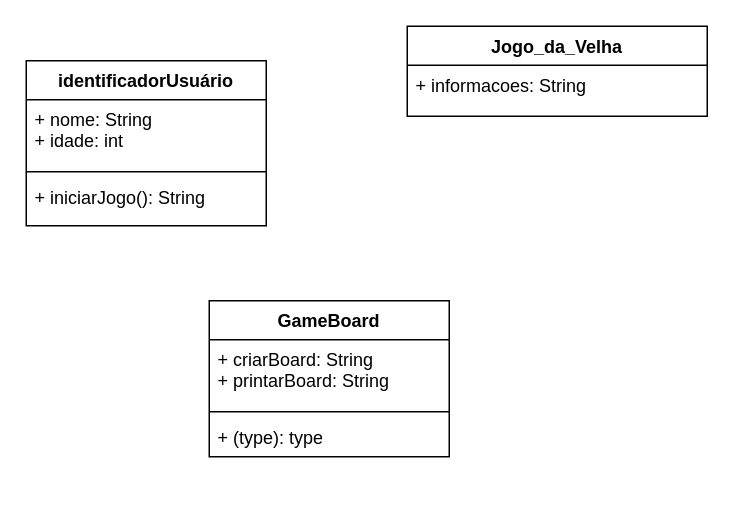
This is mini_projeto_3/Projeto_3/Diagrama sem nome.drawio from antonioscarvalho/Projetos-Orientados-a-Objetos, a draw.io file, before an edit. Source tidied: cells renumbered, new cells numbered last; positions are measured from the earlier drawing's top-left corner, leaving out a move shared by most shapes. Both pictures are drawn from the tidied source at 150%, with x=0, y=0 at pixel (26, 26).
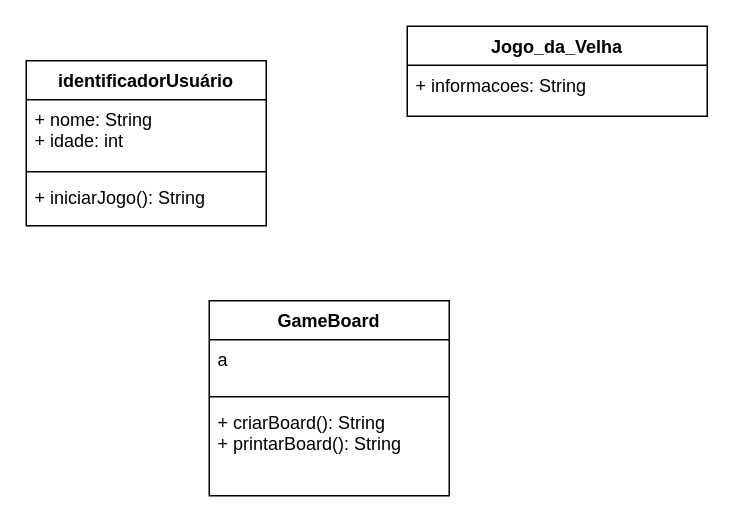
The same diagram, later.

The edit, as a diff of the source:
```diff
@@
 <mxGraphModel>
   <root>
     <mxCell id="0" />
     <mxCell id="1" parent="0" />
     <mxCell id="2" value="Jogo_da_Velha" style="swimlane;fontStyle=1;align=center;verticalAlign=top;horizontal=1;startSize=26;whiteSpace=wrap;html=1;" parent="1" vertex="1">
       <mxGeometry x="254" width="200" height="60" as="geometry" />
     </mxCell>
     <mxCell id="3" value="+ informacoes: String" style="text;strokeColor=none;fillColor=none;align=left;verticalAlign=top;spacingLeft=4;spacingRight=4;overflow=hidden;whiteSpace=wrap;html=1;" parent="2" vertex="1">
       <mxGeometry y="26" width="200" height="34" as="geometry" />
     </mxCell>
     <mxCell id="4" value="identificadorUsuário" style="swimlane;fontStyle=1;align=center;verticalAlign=top;horizontal=1;startSize=26;whiteSpace=wrap;html=1;" parent="1" vertex="1">
       <mxGeometry y="23" width="160" height="110" as="geometry" />
     </mxCell>
     <mxCell id="5" value="+ nome: String&lt;br&gt;+ idade: int" style="text;strokeColor=none;fillColor=none;align=left;verticalAlign=top;spacingLeft=4;spacingRight=4;overflow=hidden;whiteSpace=wrap;html=1;" parent="4" vertex="1">
       <mxGeometry y="26" width="160" height="44" as="geometry" />
     </mxCell>
     <mxCell id="6" style="line;strokeWidth=1;fillColor=none;align=left;verticalAlign=middle;spacingTop=-1;spacingLeft=3;spacingRight=3;labelPosition=right;strokeColor=inherit;" parent="4" vertex="1">
       <mxGeometry y="70" width="160" height="8" as="geometry" />
     </mxCell>
     <mxCell id="7" value="+ iniciarJogo(): String" style="text;strokeColor=none;fillColor=none;align=left;verticalAlign=top;spacingLeft=4;spacingRight=4;overflow=hidden;whiteSpace=wrap;html=1;" parent="4" vertex="1">
       <mxGeometry y="78" width="160" height="32" as="geometry" />
     </mxCell>
     <mxCell id="8" value="GameBoard" style="swimlane;fontStyle=1;align=center;verticalAlign=top;horizontal=1;startSize=26;whiteSpace=wrap;html=1;" parent="1" vertex="1">
-      <mxGeometry x="122" y="183" width="160" height="104" as="geometry" />
+      <mxGeometry x="122" y="183" width="160" height="130" as="geometry" />
     </mxCell>
-    <mxCell id="9" value="+ criarBoard: String&lt;br&gt;+ printarBoard: String" style="text;strokeColor=none;fillColor=none;align=left;verticalAlign=top;spacingLeft=4;spacingRight=4;overflow=hidden;whiteSpace=wrap;html=1;" parent="8" vertex="1">
-      <mxGeometry y="26" width="160" height="44" as="geometry" />
+    <mxCell id="9" value="a" style="text;strokeColor=none;fillColor=none;align=left;verticalAlign=top;spacingLeft=4;spacingRight=4;overflow=hidden;whiteSpace=wrap;html=1;" parent="8" vertex="1">
+      <mxGeometry y="26" width="160" height="34" as="geometry" />
     </mxCell>
     <mxCell id="10" style="line;strokeWidth=1;fillColor=none;align=left;verticalAlign=middle;spacingTop=-1;spacingLeft=3;spacingRight=3;labelPosition=right;strokeColor=inherit;" parent="8" vertex="1">
-      <mxGeometry y="70" width="160" height="8" as="geometry" />
+      <mxGeometry y="60" width="160" height="8" as="geometry" />
     </mxCell>
-    <mxCell id="11" value="+ (type): type" style="text;strokeColor=none;fillColor=none;align=left;verticalAlign=top;spacingLeft=4;spacingRight=4;overflow=hidden;whiteSpace=wrap;html=1;" parent="8" vertex="1">
-      <mxGeometry y="78" width="160" height="26" as="geometry" />
+    <mxCell id="11" value="+ criarBoard(): String&lt;br style=&quot;border-color: var(--border-color);&quot;&gt;+ printarBoard(): String" style="text;strokeColor=none;fillColor=none;align=left;verticalAlign=top;spacingLeft=4;spacingRight=4;overflow=hidden;whiteSpace=wrap;html=1;" parent="8" vertex="1">
+      <mxGeometry y="68" width="160" height="62" as="geometry" />
     </mxCell>
   </root>
 </mxGraphModel>
```
